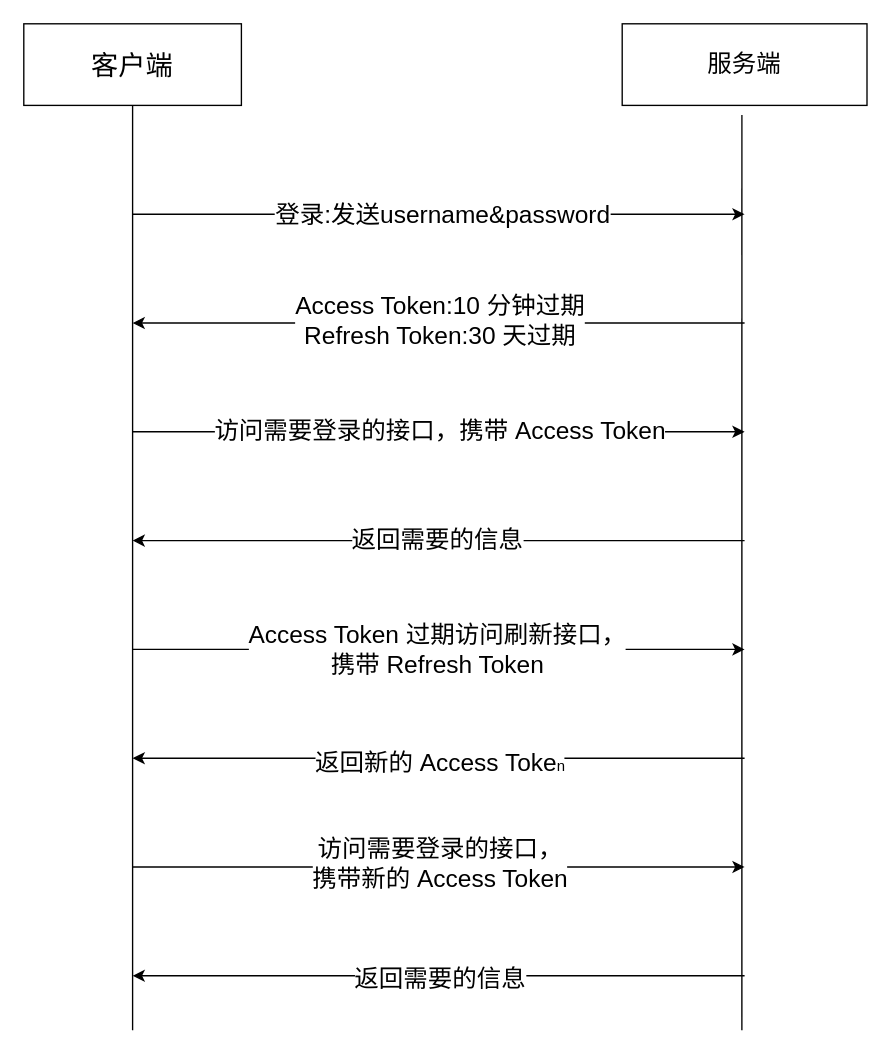
hellousworld/cvc keeps this draw.io diagram as jwt1.drawio. Above is the earlier version. Source tidied: cells renumbered, new cells numbered last; positions are measured from the earlier drawing's top-left corner, leaving out a move shared by most shapes. Both pictures are drawn from the tidied source at 136%, with x=0, y=0 at pixel (23, 23).
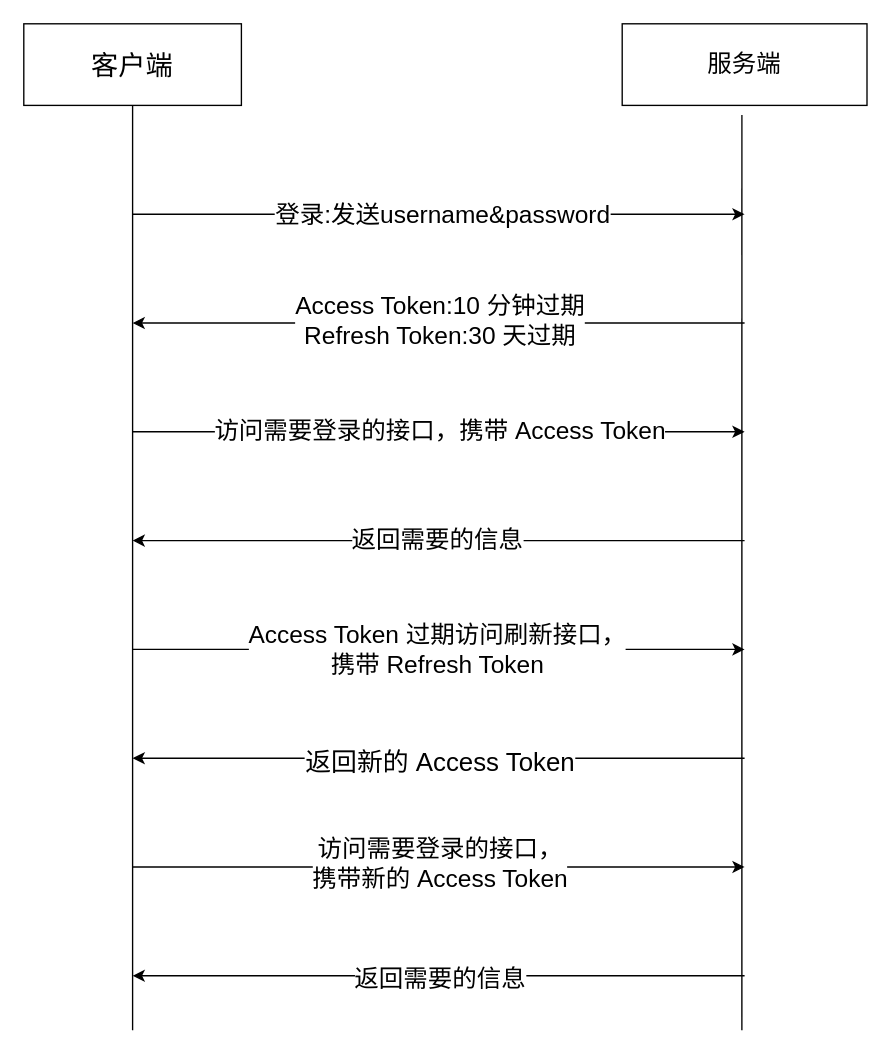
The same page after the edit.

Unchanged cells that the change refers to:
```xml
<mxCell id="18" style="endArrow=classic;html=1;rounded=0;" parent="1" edge="1">
  <mxGeometry relative="1" as="geometry">
    <mxPoint x="530" y="540" as="sourcePoint" />
    <mxPoint x="80" y="540" as="targetPoint" />
  </mxGeometry>
</mxCell>
```

Change to the diagram source:
```diff
@@
-    <mxCell id="19" value="&lt;font style=&quot;font-size: 18px;&quot;&gt;返回新的 Access Toke&lt;/font&gt;n" style="edgeLabel;html=1;align=center;verticalAlign=middle;" parent="18" vertex="1">
+    <mxCell id="19" value="&lt;font style=&quot;font-size: 19px;&quot;&gt;&lt;font style=&quot;font-size: 19px;&quot;&gt;返回新的 Access Toke&lt;/font&gt;n&lt;/font&gt;" style="edgeLabel;html=1;align=center;verticalAlign=middle;" parent="18" vertex="1">
       <mxGeometry y="3" relative="1" as="geometry" />
     </mxCell>
```
